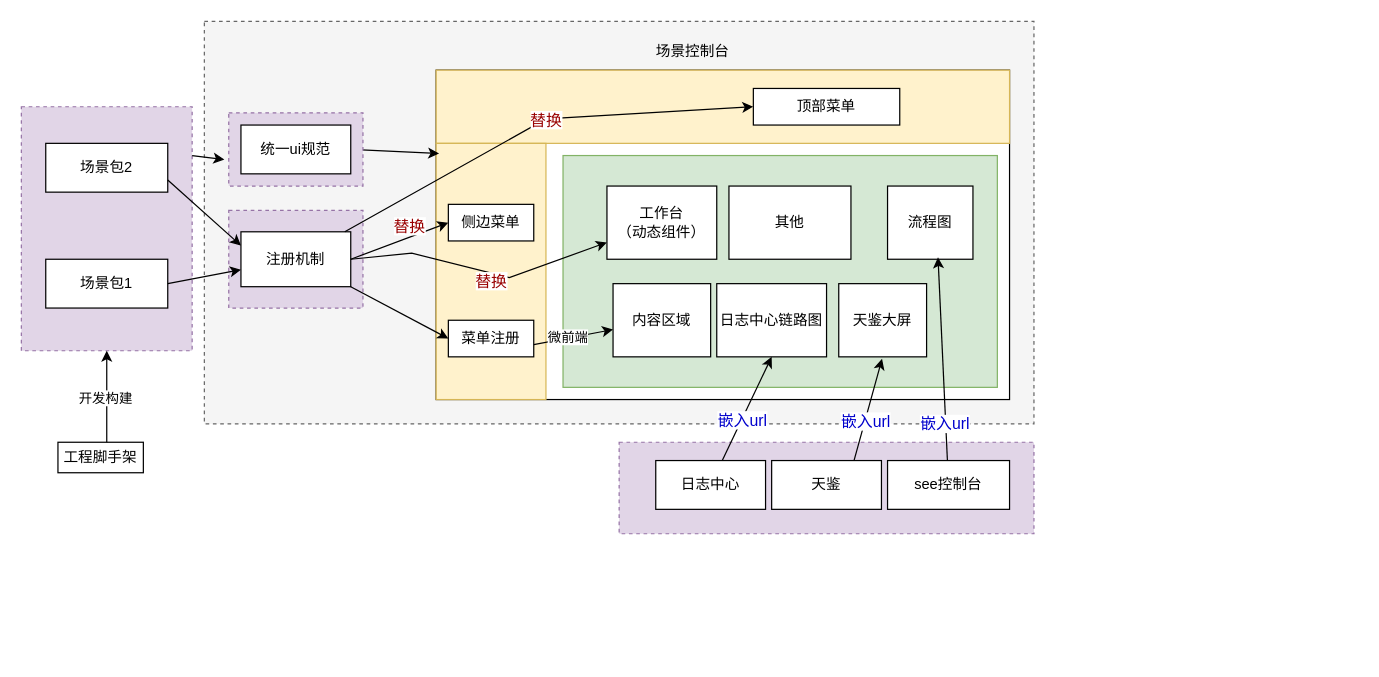
HeyXml/draw.io keeps this draw.io diagram as 未命名绘图.drawio. Above is the earlier version. Source tidied: cells renumbered, new cells numbered last; positions are measured from the earlier drawing's top-left corner, leaving out a move shared by most shapes. Both pictures are drawn from the tidied source at 122%, with x=0, y=0 at pixel (21, 21).
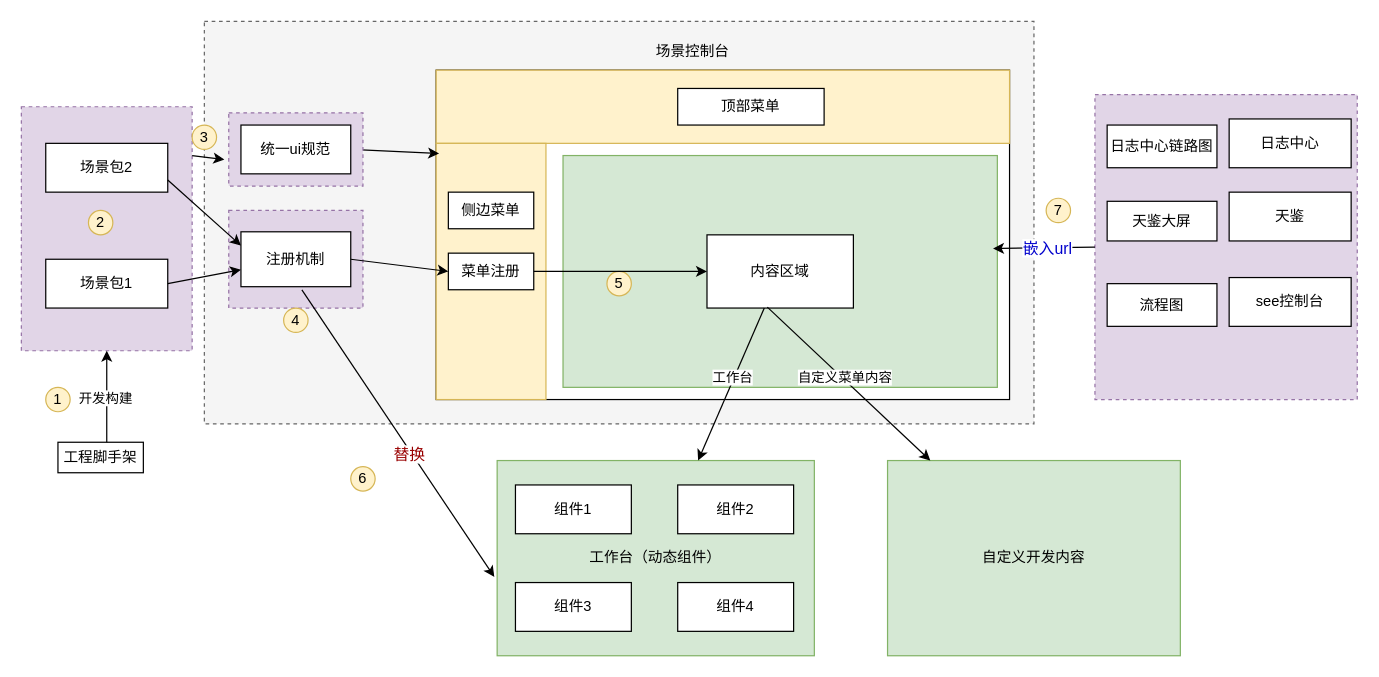
Above is the later version.

Commit message:
更新未命名绘图.drawio

Unchanged cells that the change refers to:
```xml
<mxCell id="4" style="rounded=0;whiteSpace=wrap;html=1;fillColor=#e1d5e7;strokeColor=#9673a6;dashed=1;" parent="1" vertex="1">
  <mxGeometry x="170" y="155" width="110" height="80" as="geometry" />
</mxCell>
<mxCell id="7" style="rounded=0;whiteSpace=wrap;html=1;fillColor=#fff2cc;strokeColor=#d6b656;" parent="1" vertex="1">
  <mxGeometry x="340" y="40" width="470" height="60" as="geometry" />
</mxCell>
<mxCell id="13" value="注册机制" style="rounded=0;whiteSpace=wrap;html=1;" parent="1" vertex="1">
  <mxGeometry x="180" y="172.5" width="90" height="45" as="geometry" />
</mxCell>
<mxCell id="17" style="rounded=0;whiteSpace=wrap;html=1;fillColor=#d5e8d4;strokeColor=#82b366;" parent="1" vertex="1">
  <mxGeometry x="444" y="110" width="356" height="190" as="geometry" />
</mxCell>
```

Diff of the diagram source:
```diff
@@
     <mxCell id="3" style="rounded=0;whiteSpace=wrap;html=1;fillColor=#e1d5e7;strokeColor=#9673a6;dashed=1;" parent="1" vertex="1">
-      <mxGeometry x="490" y="345" width="340" height="75" as="geometry" />
+      <mxGeometry x="880" y="60" width="215" height="250" as="geometry" />
     </mxCell>
@@
     <mxCell id="9" value="顶部菜单" style="rounded=0;whiteSpace=wrap;html=1;" parent="1" vertex="1">
-      <mxGeometry x="600" y="55" width="120" height="30" as="geometry" />
+      <mxGeometry x="538" y="55" width="120" height="30" as="geometry" />
     </mxCell>
     <mxCell id="10" value="侧边菜单" style="rounded=0;whiteSpace=wrap;html=1;" parent="1" vertex="1">
-      <mxGeometry x="350" y="150" width="70" height="30" as="geometry" />
+      <mxGeometry x="350" y="140" width="70" height="30" as="geometry" />
     </mxCell>
@@
-    <mxCell id="15" style="endArrow=classic;html=1;rounded=0;entryX=0.553;entryY=0.5;entryDx=0;entryDy=0;entryPerimeter=0;" parent="1" edge="1" source="13" target="7">
-      <mxGeometry relative="1" as="geometry">
-        <Array as="points">
-          <mxPoint x="430" y="80" />
-        </Array>
-      </mxGeometry>
-    </mxCell>
-    <mxCell id="16" value="替换" style="edgeLabel;html=1;align=center;verticalAlign=middle;fontSize=13;fontColor=#990000;" parent="15" vertex="1">
-      <mxGeometry x="-0.03" y="3" relative="1" as="geometry">
-        <mxPoint x="14" y="-4" as="offset" />
-      </mxGeometry>
-    </mxCell>
@@
-    <mxCell id="18" style="endArrow=classic;html=1;rounded=0;exitX=1;exitY=0.5;exitDx=0;exitDy=0;" parent="1" edge="1" source="13" target="20">
-      <mxGeometry relative="1" as="geometry">
-        <Array as="points">
-          <mxPoint x="320" y="190" />
-          <mxPoint x="400" y="210" />
-        </Array>
-      </mxGeometry>
+    <mxCell id="18" style="endArrow=classic;html=1;rounded=0;exitX=0.545;exitY=0.813;exitDx=0;exitDy=0;entryX=-0.009;entryY=0.596;entryDx=0;entryDy=0;entryPerimeter=0;exitPerimeter=0;" parent="1" edge="1" source="4" target="57">
+      <mxGeometry relative="1" as="geometry" />
     </mxCell>
@@
-    <mxCell id="20" value="工作台&lt;br&gt;（动态组件）" style="rounded=0;whiteSpace=wrap;html=1;" parent="1" vertex="1">
-      <mxGeometry x="480" y="135" width="90" height="60" as="geometry" />
-    </mxCell>
     <mxCell id="21" value="菜单注册" style="rounded=0;whiteSpace=wrap;html=1;" parent="1" vertex="1">
-      <mxGeometry x="350" y="245" width="70" height="30" as="geometry" />
+      <mxGeometry x="350" y="190" width="70" height="30" as="geometry" />
     </mxCell>
-    <mxCell id="22" style="endArrow=classic;html=1;rounded=0;exitX=1;exitY=0.5;exitDx=0;exitDy=0;entryX=0;entryY=0.5;entryDx=0;entryDy=0;" parent="1" edge="1" source="13" target="10">
-      <mxGeometry relative="1" as="geometry" />
-    </mxCell>
-    <mxCell id="23" value="替换" style="edgeLabel;html=1;align=center;verticalAlign=middle;fontSize=13;fontColor=#990000;" parent="22" vertex="1">
-      <mxGeometry x="0.57" y="2" relative="1" as="geometry">
-        <mxPoint x="-15" y="-2" as="offset" />
-      </mxGeometry>
-    </mxCell>
@@
-    <mxCell id="25" style="endArrow=classic;html=1;rounded=0;entryX=0;entryY=0.5;entryDx=0;entryDy=0;exitX=1;exitY=1;exitDx=0;exitDy=0;" parent="1" edge="1" source="13" target="21">
-      <mxGeometry relative="1" as="geometry" />
+    <mxCell id="25" style="endArrow=classic;html=1;rounded=0;entryX=0;entryY=0.5;entryDx=0;entryDy=0;exitX=1;exitY=1;exitDx=0;exitDy=0;" parent="1" edge="1" target="21">
+      <mxGeometry relative="1" as="geometry">
+        <mxPoint x="270" y="195" as="sourcePoint" />
+      </mxGeometry>
     </mxCell>
     <mxCell id="26" value="流程图" style="rounded=0;whiteSpace=wrap;html=1;" parent="1" vertex="1">
-      <mxGeometry x="710" y="135" width="70" height="60" as="geometry" />
+      <mxGeometry x="890" y="215" width="90" height="35" as="geometry" />
     </mxCell>
     <mxCell id="27" value="see控制台" style="rounded=0;whiteSpace=wrap;html=1;" parent="1" vertex="1">
-      <mxGeometry x="710" y="360" width="100" height="40" as="geometry" />
+      <mxGeometry x="990" y="210" width="100" height="40" as="geometry" />
     </mxCell>
-    <mxCell id="28" style="endArrow=classic;html=1;rounded=0;entryX=0.591;entryY=0.974;entryDx=0;entryDy=0;entryPerimeter=0;" parent="1" edge="1" source="27" target="26">
-      <mxGeometry relative="1" as="geometry" />
-    </mxCell>
-    <mxCell id="29" value="嵌入url" style="edgeLabel;html=1;align=center;verticalAlign=middle;fontSize=13;fontColor=#0000CC;" parent="28" vertex="1">
-      <mxGeometry x="-0.21" relative="1" as="geometry">
-        <mxPoint y="35" as="offset" />
-      </mxGeometry>
-    </mxCell>
     <mxCell id="30" value="日志中心链路图" style="rounded=0;whiteSpace=wrap;html=1;" parent="1" vertex="1">
-      <mxGeometry x="570" y="215" width="90" height="60" as="geometry" />
+      <mxGeometry x="890" y="85" width="90" height="35" as="geometry" />
     </mxCell>
     <mxCell id="31" value="日志中心" style="rounded=0;whiteSpace=wrap;html=1;" parent="1" vertex="1">
-      <mxGeometry x="520" y="360" width="90" height="40" as="geometry" />
+      <mxGeometry x="990" y="80" width="100" height="40" as="geometry" />
     </mxCell>
-    <mxCell id="32" style="endArrow=classic;html=1;rounded=0;entryX=0.5;entryY=1;entryDx=0;entryDy=0;" parent="1" edge="1" source="31" target="30">
+    <mxCell id="32" style="endArrow=classic;html=1;rounded=0;exitX=0;exitY=0.5;exitDx=0;exitDy=0;entryX=0.99;entryY=0.401;entryDx=0;entryDy=0;entryPerimeter=0;" parent="1" edge="1" source="3" target="17">
       <mxGeometry relative="1" as="geometry" />
     </mxCell>
     <mxCell id="33" value="嵌入url" style="edgeLabel;html=1;align=center;verticalAlign=middle;fontSize=13;fontColor=#0000CC;" parent="32" vertex="1">
-      <mxGeometry x="-0.21" relative="1" as="geometry" />
+      <mxGeometry x="-0.21" relative="1" as="geometry">
+        <mxPoint x="-7" as="offset" />
+      </mxGeometry>
     </mxCell>
     <mxCell id="34" value="天鉴" style="rounded=0;whiteSpace=wrap;html=1;" parent="1" vertex="1">
-      <mxGeometry x="615" y="360" width="90" height="40" as="geometry" />
+      <mxGeometry x="990" y="140" width="100" height="40" as="geometry" />
     </mxCell>
     <mxCell id="35" value="天鉴大屏" style="rounded=0;whiteSpace=wrap;html=1;" parent="1" vertex="1">
-      <mxGeometry x="670" y="215" width="72" height="60" as="geometry" />
+      <mxGeometry x="890" y="147.5" width="90" height="32.5" as="geometry" />
     </mxCell>
-    <mxCell id="36" value="其他" style="rounded=0;whiteSpace=wrap;html=1;" parent="1" vertex="1">
-      <mxGeometry x="580" y="135" width="100" height="60" as="geometry" />
-    </mxCell>
-    <mxCell id="37" style="endArrow=classic;html=1;rounded=0;entryX=1;entryY=0.5;entryDx=0;entryDy=0;exitX=0.75;exitY=0;exitDx=0;exitDy=0;" parent="1" edge="1" source="34">
-      <mxGeometry relative="1" as="geometry">
-        <mxPoint x="705.5" y="276.6" as="targetPoint" />
-      </mxGeometry>
-    </mxCell>
-    <mxCell id="38" value="嵌入url" style="edgeLabel;html=1;align=center;verticalAlign=middle;fontSize=13;fontColor=#0000CC;" parent="37" vertex="1">
-      <mxGeometry x="-0.21" relative="1" as="geometry" />
-    </mxCell>
@@
-    <mxCell id="40" value="内容区域" style="rounded=0;whiteSpace=wrap;html=1;" parent="1" vertex="1">
-      <mxGeometry x="485" y="215" width="80" height="60" as="geometry" />
-    </mxCell>
-    <mxCell id="41" style="endArrow=classic;html=1;rounded=0;" parent="1" edge="1" target="40">
-      <mxGeometry relative="1" as="geometry">
-        <mxPoint x="420" y="265" as="sourcePoint" />
-      </mxGeometry>
-    </mxCell>
-    <mxCell id="42" value="微前端" style="edgeLabel;html=1;align=center;verticalAlign=middle;" parent="41" vertex="1">
-      <mxGeometry x="-0.15" y="1" relative="1" as="geometry" />
-    </mxCell>
@@
+    <mxCell id="50" value="1" style="ellipse;whiteSpace=wrap;html=1;fillColor=#fff2cc;strokeColor=#d6b656;" parent="1" vertex="1">
+      <mxGeometry x="20" y="300" width="20" height="20" as="geometry" />
+    </mxCell>
+    <mxCell id="51" value="2" style="ellipse;whiteSpace=wrap;html=1;fillColor=#fff2cc;strokeColor=#d6b656;" parent="1" vertex="1">
+      <mxGeometry x="55" y="155" width="20" height="20" as="geometry" />
+    </mxCell>
+    <mxCell id="52" value="3" style="ellipse;whiteSpace=wrap;html=1;fillColor=#fff2cc;strokeColor=#d6b656;" parent="1" vertex="1">
+      <mxGeometry x="140" y="85" width="20" height="20" as="geometry" />
+    </mxCell>
+    <mxCell id="53" value="4" style="ellipse;whiteSpace=wrap;html=1;fillColor=#fff2cc;strokeColor=#d6b656;" parent="1" vertex="1">
+      <mxGeometry x="215" y="235" width="20" height="20" as="geometry" />
+    </mxCell>
+    <mxCell id="54" value="5" style="ellipse;whiteSpace=wrap;html=1;fillColor=#fff2cc;strokeColor=#d6b656;" parent="1" vertex="1">
+      <mxGeometry x="480" y="205" width="20" height="20" as="geometry" />
+    </mxCell>
+    <mxCell id="55" value="6" style="ellipse;whiteSpace=wrap;html=1;fillColor=#fff2cc;strokeColor=#d6b656;" parent="1" vertex="1">
+      <mxGeometry x="270" y="365" width="20" height="20" as="geometry" />
+    </mxCell>
+    <mxCell id="56" value="7" style="ellipse;whiteSpace=wrap;html=1;fillColor=#fff2cc;strokeColor=#d6b656;" parent="1" vertex="1">
+      <mxGeometry x="840" y="145" width="20" height="20" as="geometry" />
+    </mxCell>
+    <mxCell id="57" value="工作台（动态组件）" style="rounded=0;whiteSpace=wrap;html=1;fillColor=#d5e8d4;strokeColor=#82b366;" parent="1" vertex="1">
+      <mxGeometry x="390" y="360" width="260" height="160" as="geometry" />
+    </mxCell>
+    <mxCell id="58" value="组件1" style="rounded=0;whiteSpace=wrap;html=1;" parent="1" vertex="1">
+      <mxGeometry x="405" y="380" width="95" height="40" as="geometry" />
+    </mxCell>
+    <mxCell id="59" value="组件4" style="rounded=0;whiteSpace=wrap;html=1;" parent="1" vertex="1">
+      <mxGeometry x="538" y="460" width="95" height="40" as="geometry" />
+    </mxCell>
+    <mxCell id="60" value="组件3" style="rounded=0;whiteSpace=wrap;html=1;" parent="1" vertex="1">
+      <mxGeometry x="405" y="460" width="95" height="40" as="geometry" />
+    </mxCell>
+    <mxCell id="61" value="组件2" style="rounded=0;whiteSpace=wrap;html=1;" parent="1" vertex="1">
+      <mxGeometry x="538" y="380" width="95" height="40" as="geometry" />
+    </mxCell>
+    <mxCell id="40" value="内容区域" style="rounded=0;whiteSpace=wrap;html=1;" parent="1" vertex="1">
+      <mxGeometry x="562" y="175" width="120" height="60" as="geometry" />
+    </mxCell>
+    <mxCell id="62" style="endArrow=classic;html=1;rounded=0;" parent="1" edge="1" source="40" target="57">
+      <mxGeometry relative="1" as="geometry" />
+    </mxCell>
+    <mxCell id="63" value="工作台" style="edgeLabel;html=1;align=center;verticalAlign=middle;" parent="62" vertex="1">
+      <mxGeometry x="-0.08" y="-2" relative="1" as="geometry" />
+    </mxCell>
+    <mxCell id="64" style="endArrow=classic;html=1;rounded=0;exitX=1;exitY=0.5;exitDx=0;exitDy=0;entryX=0;entryY=0.5;entryDx=0;entryDy=0;" parent="1" edge="1" source="21" target="40">
+      <mxGeometry relative="1" as="geometry" />
+    </mxCell>
+    <mxCell id="65" value="自定义开发内容" style="rounded=0;whiteSpace=wrap;html=1;fillColor=#d5e8d4;strokeColor=#82b366;" parent="1" vertex="1">
+      <mxGeometry x="710" y="360" width="240" height="160" as="geometry" />
+    </mxCell>
+    <mxCell id="66" style="endArrow=classic;html=1;rounded=0;exitX=0.412;exitY=0.987;exitDx=0;exitDy=0;exitPerimeter=0;" parent="1" edge="1" source="40" target="65">
+      <mxGeometry relative="1" as="geometry" />
+    </mxCell>
+    <mxCell id="67" value="自定义菜单内容" style="edgeLabel;html=1;align=center;verticalAlign=middle;" parent="66" vertex="1">
+      <mxGeometry x="-0.07" y="1" relative="1" as="geometry" />
+    </mxCell>
```
